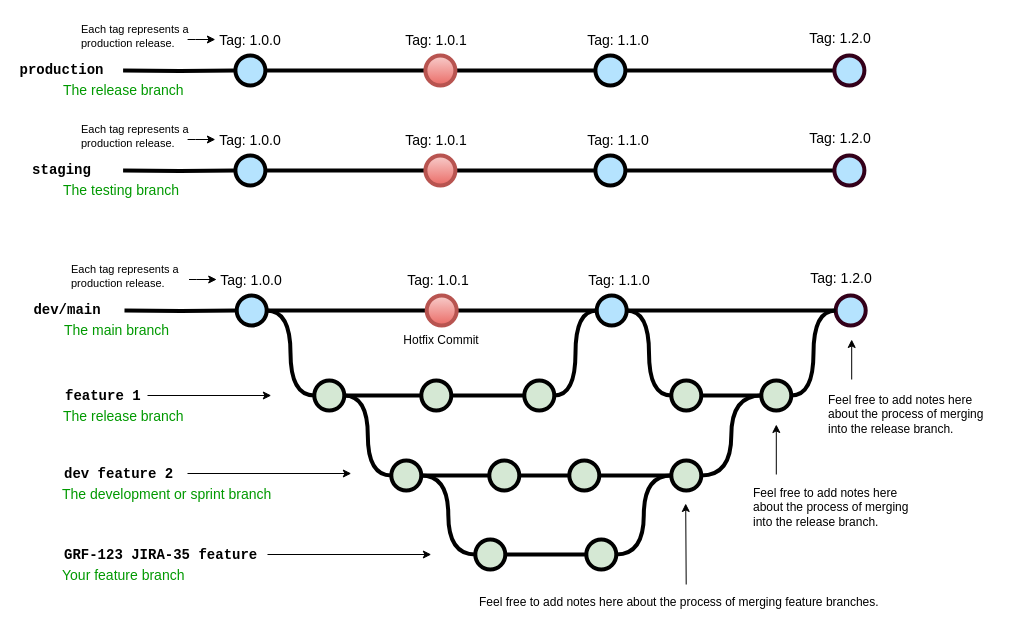
This is Untitled Diagram.drawio from mccart/web-server, a draw.io file, before an edit. Source tidied: cells renumbered, new cells numbered last; positions are measured from the earlier drawing's top-left corner, leaving out a move shared by most shapes. Both pictures are drawn from the tidied source at 100%, with x=0, y=0 at pixel (17, 17).
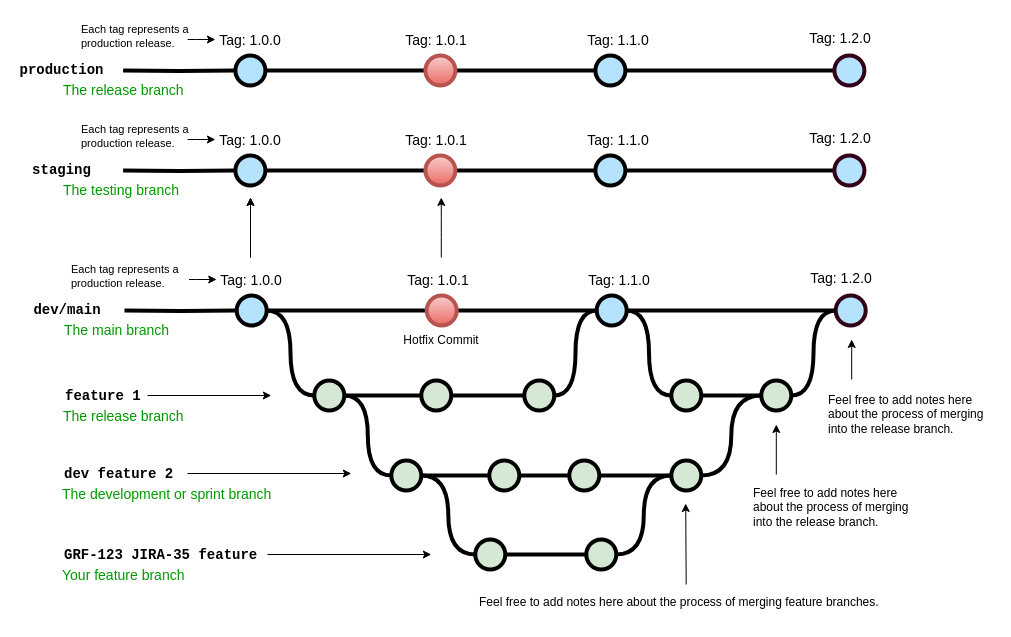
The same page after the edit.

Diff of the diagram source:
```diff
@@
+    <mxCell id="92" style="endArrow=classic;html=1;" parent="1" edge="1">
+      <mxGeometry relative="1" as="geometry">
+        <mxPoint x="233" y="240" as="sourcePoint" />
+        <mxPoint x="233" y="180" as="targetPoint" />
+      </mxGeometry>
+    </mxCell>
+    <mxCell id="93" style="endArrow=classic;html=1;" parent="1" edge="1">
+      <mxGeometry relative="1" as="geometry">
+        <mxPoint x="233" y="240" as="sourcePoint" />
+        <mxPoint x="233" y="180" as="targetPoint" />
+        <Array as="points">
+          <mxPoint x="233" y="210" />
+        </Array>
+      </mxGeometry>
+    </mxCell>
+    <mxCell id="94" style="endArrow=classic;html=1;" parent="1" edge="1">
+      <mxGeometry relative="1" as="geometry">
+        <mxPoint x="423.8" y="240" as="sourcePoint" />
+        <mxPoint x="423.8" y="180" as="targetPoint" />
+        <Array as="points">
+          <mxPoint x="423.8" y="210" />
+        </Array>
+      </mxGeometry>
+    </mxCell>
```
